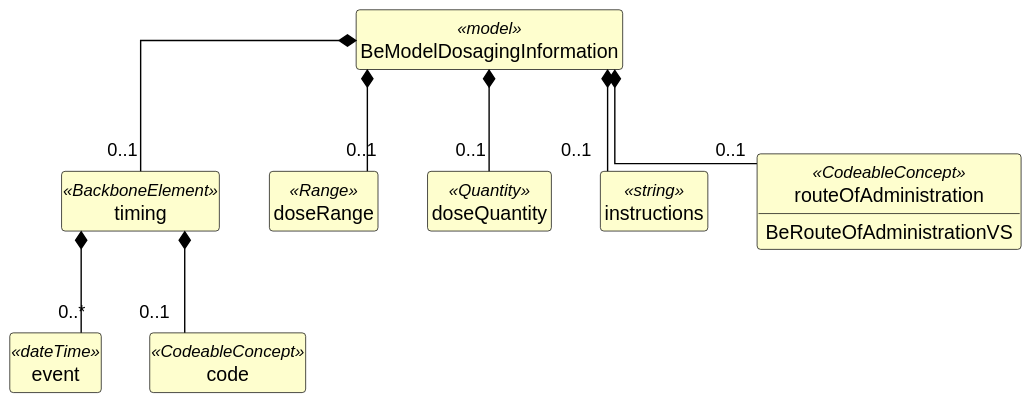
Above: exports/diagrams/BeModelDosagingInformation-uml.svg in caresets/caresets-src (PlantUML), before the change.
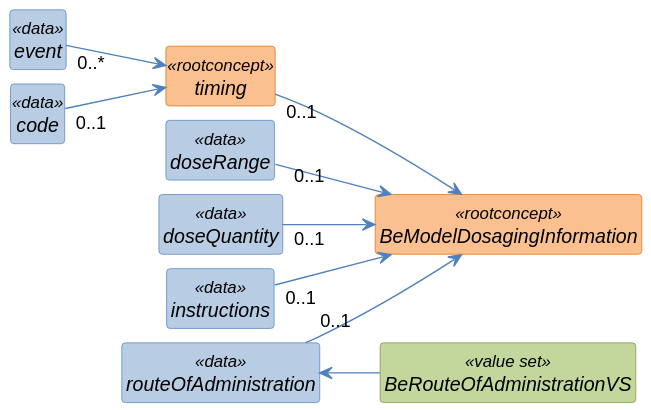
Later version of the same file.

Change to the diagram source:
```diff
@@ -1,47 +1,57 @@
 @startuml
+left to right direction
 skinparam shadowing false
+skinparam nodesep 10
+skinparam ranksep 40
 skinparam classAttributeIconSize 0
-skinparam linetype ortho
 skinparam class {
-  BackgroundColor #FEFECE
-  BorderColor #000000
-  ArrowColor #000000
-  FontStyle bold
-  AttributeFontStyle normal
+  FontStyle italic
+  BackgroundColor<<rootconcept>> #FAC08F
+  BorderColor<<rootconcept>> #E36C0A
+  BackgroundColor<<data>> #B8CCE4
+  BorderColor<<data>> #4F81BD
+  BackgroundColor<<reference>> #D9D9D9
+  BorderColor<<reference>> #808080
+  BackgroundColor<<value set>> #C3D69B
+  BorderColor<<value set>> #77933C
+  ArrowColor #4F81BD
 }
 hide circle
 hide empty members
 
-class "BeModelDosagingInformation" as BeModelDosagingInformation <<model>> {
+class "BeModelDosagingInformation" as BeModelDosagingInformation <<rootconcept>> {
 }
 
-class "timing" as BeModelDosagingInformation_timing <<BackboneElement>> {
+class "timing" as BeModelDosagingInformation_timing <<rootconcept>> {
 }
 
-class "event" as BeModelDosagingInformation_timing_event <<dateTime>> {
+class "event" as BeModelDosagingInformation_timing_event <<data>> {
 }
 
-class "code" as BeModelDosagingInformation_timing_code <<CodeableConcept>> {
+class "code" as BeModelDosagingInformation_timing_code <<data>> {
 }
 
-class "doseRange" as BeModelDosagingInformation_doseRange <<Range>> {
+class "doseRange" as BeModelDosagingInformation_doseRange <<data>> {
 }
 
-class "doseQuantity" as BeModelDosagingInformation_doseQuantity <<Quantity>> {
+class "doseQuantity" as BeModelDosagingInformation_doseQuantity <<data>> {
 }
 
-class "instructions" as BeModelDosagingInformation_instructions <<string>> {
+class "instructions" as BeModelDosagingInformation_instructions <<data>> {
 }
 
-class "routeOfAdministration" as BeModelDosagingInformation_routeOfAdministration <<CodeableConcept>> {
-  BeRouteOfAdministrationVS
+class "routeOfAdministration" as BeModelDosagingInformation_routeOfAdministration <<data>> {
 }
 
-BeModelDosagingInformation *-- "0..1" BeModelDosagingInformation_timing
-BeModelDosagingInformation_timing *-- "0..*" BeModelDosagingInformation_timing_event
-BeModelDosagingInformation_timing *-- "0..1" BeModelDosagingInformation_timing_code
-BeModelDosagingInformation *-- "0..1" BeModelDosagingInformation_doseRange
-BeModelDosagingInformation *-- "0..1" BeModelDosagingInformation_doseQuantity
-BeModelDosagingInformation *-- "0..1" BeModelDosagingInformation_instructions
-BeModelDosagingInformation *-- "0..1" BeModelDosagingInformation_routeOfAdministration
+class "BeRouteOfAdministrationVS" as BeModelDosagingInformation_routeOfAdministration_vs <<value set>> {
+}
+
+BeModelDosagingInformation_routeOfAdministration <-- BeModelDosagingInformation_routeOfAdministration_vs
+BeModelDosagingInformation_timing "0..1" --> BeModelDosagingInformation
+BeModelDosagingInformation_timing_event "0..*" --> BeModelDosagingInformation_timing
+BeModelDosagingInformation_timing_code "0..1" --> BeModelDosagingInformation_timing
+BeModelDosagingInformation_doseRange "0..1" --> BeModelDosagingInformation
+BeModelDosagingInformation_doseQuantity "0..1" --> BeModelDosagingInformation
+BeModelDosagingInformation_instructions "0..1" --> BeModelDosagingInformation
+BeModelDosagingInformation_routeOfAdministration "0..1" --> BeModelDosagingInformation
 @enduml
```
